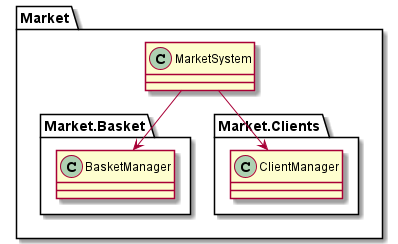
Above: Documentation/Anatomy of a System.png in GiovanniZambiasi/gameplay-framework-unity (PlantUML), before the change.
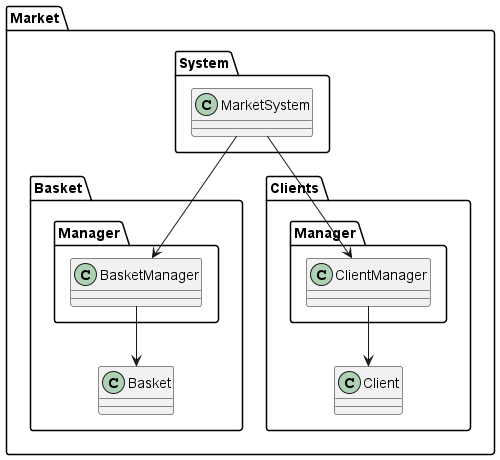
The same diagram one commit later.

What changed in the source:
```diff
@@ -2,15 +2,32 @@
 
 package Market
 {
+package System
+{
 class MarketSystem
+}
 
 package Market.Basket
 {
+package Manager
+{
 class BasketManager
+}
+
+class Basket
+
+BasketManager --> Basket
 }
 package Market.Clients
 {
+package Manager
+{
 class ClientManager
+}
+
+class Client
+
+ClientManager --> Client
 }
 
 MarketSystem -down-> BasketManager
```
